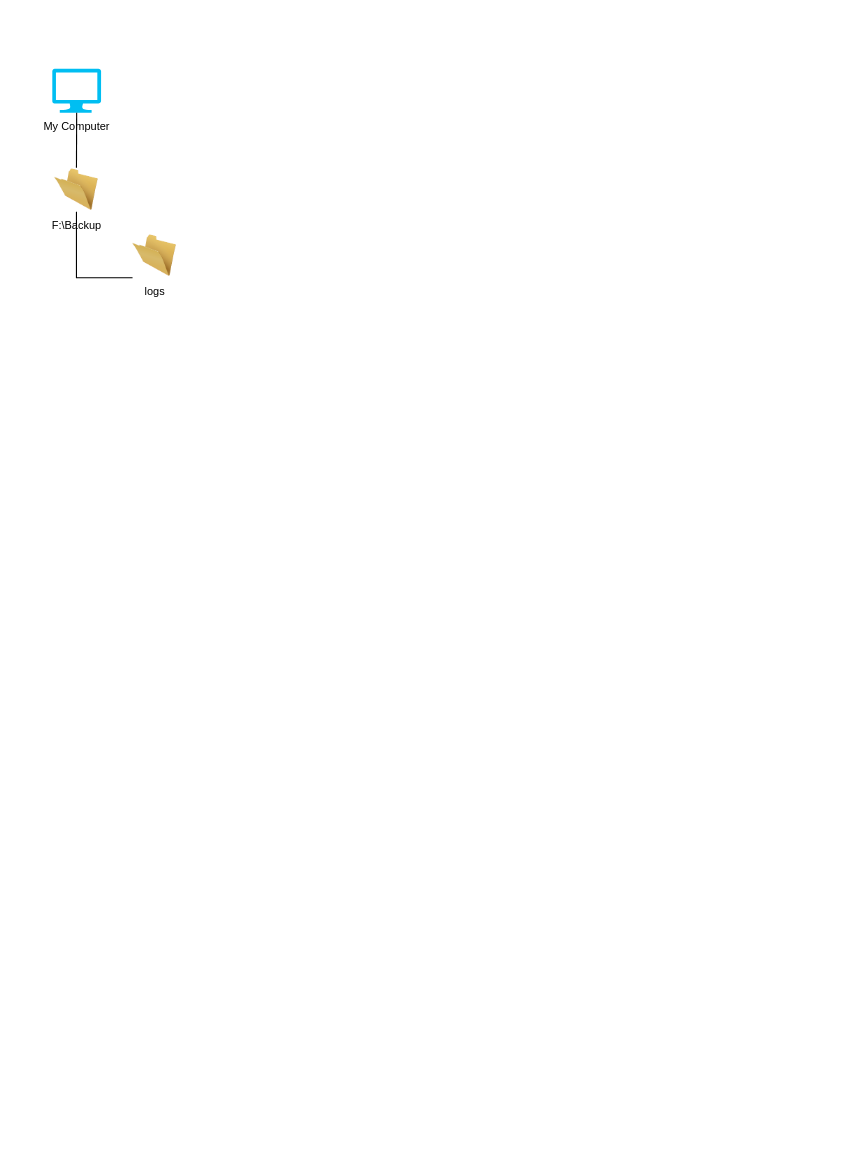
This is Backup Scheduller/Structure Directory.drawio from adour-zc21s/Supporting-Doc, a draw.io file, before an edit. Source tidied: cells renumbered, new cells numbered last; positions are measured from the earlier drawing's top-left corner, leaving out a move shared by most shapes. Both pictures are drawn from the tidied source at 110%, with x=0, y=0 at pixel (52, 68).
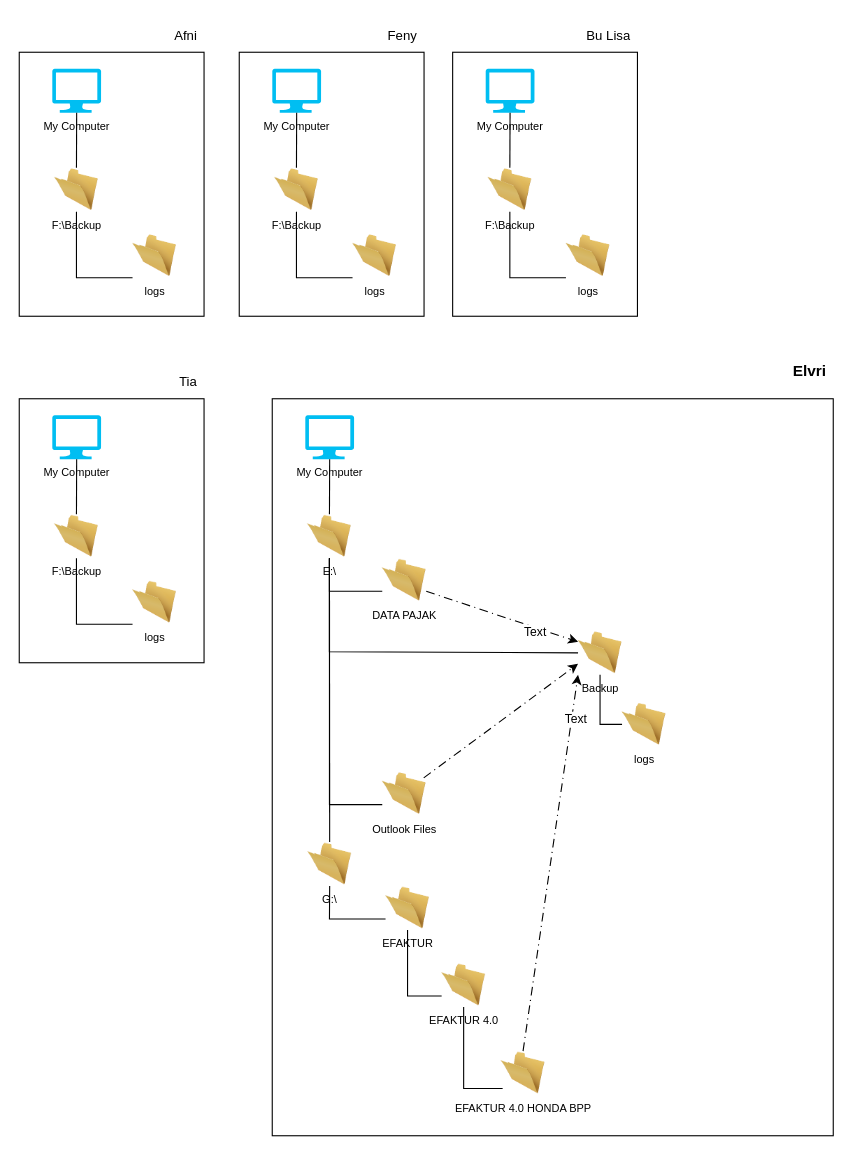
The same page after the edit.

Commit message (it also covers changes not shown here):
Directory and Infra

What changed in the source:
```diff
@@
+    <mxCell id="7" style="rounded=0;whiteSpace=wrap;html=1;fillColor=none;" parent="1" vertex="1">
+      <mxGeometry x="-30" y="-15" width="168" height="240" as="geometry" />
+    </mxCell>
+    <mxCell id="8" value="Afni" style="text;strokeColor=none;fillColor=none;align=right;verticalAlign=middle;spacingLeft=4;spacingRight=4;overflow=hidden;whiteSpace=wrap;html=1;" parent="1" vertex="1">
+      <mxGeometry x="58" y="-45" width="80" height="30" as="geometry" />
+    </mxCell>
+    <mxCell id="9" value="F:\Backup" style="image;html=1;image=img/lib/clip_art/general/Empty_Folder_128x128.png;fontSize=10;" parent="1" vertex="1">
+      <mxGeometry x="202" y="90" width="40" height="40" as="geometry" />
+    </mxCell>
+    <mxCell id="10" value="logs" style="image;html=1;image=img/lib/clip_art/general/Empty_Folder_128x128.png;fontSize=10;" parent="1" vertex="1">
+      <mxGeometry x="273" y="150" width="40" height="40" as="geometry" />
+    </mxCell>
+    <mxCell id="11" style="endArrow=none;html=1;rounded=0;entryX=0;entryY=1;entryDx=0;entryDy=0;exitX=0.5;exitY=1;exitDx=0;exitDy=0;" parent="1" edge="1" source="9" target="10">
+      <mxGeometry relative="1" as="geometry">
+        <Array as="points">
+          <mxPoint x="222" y="190" />
+        </Array>
+      </mxGeometry>
+    </mxCell>
+    <mxCell id="12" value="My Computer" style="verticalLabelPosition=bottom;html=1;verticalAlign=top;align=center;strokeColor=none;fillColor=#00BEF2;shape=mxgraph.azure.computer;fontSize=10;" parent="1" vertex="1">
+      <mxGeometry x="200" width="44.4" height="40" as="geometry" />
+    </mxCell>
+    <mxCell id="13" style="endArrow=none;html=1;rounded=0;exitX=0.5;exitY=1;exitDx=0;exitDy=0;exitPerimeter=0;entryX=0.5;entryY=0;entryDx=0;entryDy=0;" parent="1" edge="1" source="12" target="9">
+      <mxGeometry relative="1" as="geometry" />
+    </mxCell>
+    <mxCell id="14" style="rounded=0;whiteSpace=wrap;html=1;fillColor=none;" parent="1" vertex="1">
+      <mxGeometry x="170" y="-15" width="168" height="240" as="geometry" />
+    </mxCell>
+    <mxCell id="15" value="Feny" style="text;strokeColor=none;fillColor=none;align=right;verticalAlign=middle;spacingLeft=4;spacingRight=4;overflow=hidden;whiteSpace=wrap;html=1;" parent="1" vertex="1">
+      <mxGeometry x="258" y="-45" width="80" height="30" as="geometry" />
+    </mxCell>
+    <mxCell id="16" value="F:\Backup" style="image;html=1;image=img/lib/clip_art/general/Empty_Folder_128x128.png;fontSize=10;" parent="1" vertex="1">
+      <mxGeometry x="396" y="90" width="40" height="40" as="geometry" />
+    </mxCell>
+    <mxCell id="17" value="logs" style="image;html=1;image=img/lib/clip_art/general/Empty_Folder_128x128.png;fontSize=10;" parent="1" vertex="1">
+      <mxGeometry x="467" y="150" width="40" height="40" as="geometry" />
+    </mxCell>
+    <mxCell id="18" style="endArrow=none;html=1;rounded=0;entryX=0;entryY=1;entryDx=0;entryDy=0;exitX=0.5;exitY=1;exitDx=0;exitDy=0;" parent="1" edge="1" source="16" target="17">
+      <mxGeometry relative="1" as="geometry">
+        <Array as="points">
+          <mxPoint x="416" y="190" />
+        </Array>
+      </mxGeometry>
+    </mxCell>
+    <mxCell id="19" value="My Computer" style="verticalLabelPosition=bottom;html=1;verticalAlign=top;align=center;strokeColor=none;fillColor=#00BEF2;shape=mxgraph.azure.computer;fontSize=10;" parent="1" vertex="1">
+      <mxGeometry x="394" width="44.4" height="40" as="geometry" />
+    </mxCell>
+    <mxCell id="20" style="endArrow=none;html=1;rounded=0;exitX=0.5;exitY=1;exitDx=0;exitDy=0;exitPerimeter=0;entryX=0.5;entryY=0;entryDx=0;entryDy=0;" parent="1" edge="1" source="19" target="16">
+      <mxGeometry relative="1" as="geometry" />
+    </mxCell>
+    <mxCell id="21" style="rounded=0;whiteSpace=wrap;html=1;fillColor=none;" parent="1" vertex="1">
+      <mxGeometry x="364" y="-15" width="168" height="240" as="geometry" />
+    </mxCell>
+    <mxCell id="22" value="Bu Lisa" style="text;strokeColor=none;fillColor=none;align=right;verticalAlign=middle;spacingLeft=4;spacingRight=4;overflow=hidden;whiteSpace=wrap;html=1;" parent="1" vertex="1">
+      <mxGeometry x="452" y="-45" width="80" height="30" as="geometry" />
+    </mxCell>
+    <mxCell id="23" style="group;" parent="1" vertex="1">
+      <mxGeometry x="-30" y="270" width="168" height="270" as="geometry" />
+    </mxCell>
+    <mxCell id="24" value="F:\Backup" style="image;html=1;image=img/lib/clip_art/general/Empty_Folder_128x128.png;fontSize=10;" parent="23" vertex="1">
+      <mxGeometry x="32" y="135" width="40" height="40" as="geometry" />
+    </mxCell>
+    <mxCell id="25" value="logs" style="image;html=1;image=img/lib/clip_art/general/Empty_Folder_128x128.png;fontSize=10;" parent="23" vertex="1">
+      <mxGeometry x="103" y="195" width="40" height="40" as="geometry" />
+    </mxCell>
+    <mxCell id="26" style="endArrow=none;html=1;rounded=0;entryX=0;entryY=1;entryDx=0;entryDy=0;exitX=0.5;exitY=1;exitDx=0;exitDy=0;" parent="23" edge="1" source="24" target="25">
+      <mxGeometry relative="1" as="geometry">
+        <Array as="points">
+          <mxPoint x="52" y="235" />
+        </Array>
+      </mxGeometry>
+    </mxCell>
+    <mxCell id="27" value="My Computer" style="verticalLabelPosition=bottom;html=1;verticalAlign=top;align=center;strokeColor=none;fillColor=#00BEF2;shape=mxgraph.azure.computer;fontSize=10;" parent="23" vertex="1">
+      <mxGeometry x="30" y="45" width="44.4" height="40" as="geometry" />
+    </mxCell>
+    <mxCell id="28" style="endArrow=none;html=1;rounded=0;exitX=0.5;exitY=1;exitDx=0;exitDy=0;exitPerimeter=0;entryX=0.5;entryY=0;entryDx=0;entryDy=0;" parent="23" edge="1" source="27" target="24">
+      <mxGeometry relative="1" as="geometry" />
+    </mxCell>
+    <mxCell id="29" style="rounded=0;whiteSpace=wrap;html=1;fillColor=none;" parent="23" vertex="1">
+      <mxGeometry y="30" width="168" height="240" as="geometry" />
+    </mxCell>
+    <mxCell id="30" value="Tia" style="text;strokeColor=none;fillColor=none;align=right;verticalAlign=middle;spacingLeft=4;spacingRight=4;overflow=hidden;whiteSpace=wrap;html=1;" parent="23" vertex="1">
+      <mxGeometry x="88" width="80" height="30" as="geometry" />
+    </mxCell>
+    <mxCell id="31" style="group;" parent="1" vertex="1">
+      <mxGeometry x="200" y="260" width="510" height="710" as="geometry" />
+    </mxCell>
+    <mxCell id="32" style="group;" parent="31" vertex="1">
+      <mxGeometry y="10" width="510" height="700" as="geometry" />
+    </mxCell>
+    <mxCell id="33" style="rounded=0;whiteSpace=wrap;html=1;fillColor=none;" parent="32" vertex="1">
+      <mxGeometry y="30" width="510" height="670" as="geometry" />
+    </mxCell>
+    <mxCell id="34" value="E:\" style="image;html=1;image=img/lib/clip_art/general/Empty_Folder_128x128.png;fontSize=10;" parent="32" vertex="1">
+      <mxGeometry x="32" y="135" width="40" height="40" as="geometry" />
+    </mxCell>
+    <mxCell id="35" value="logs" style="image;html=1;image=img/lib/clip_art/general/Empty_Folder_128x128.png;fontSize=10;" parent="32" vertex="1">
+      <mxGeometry x="318" y="306" width="40" height="40" as="geometry" />
+    </mxCell>
+    <mxCell id="36" value="My Computer" style="verticalLabelPosition=bottom;html=1;verticalAlign=top;align=center;strokeColor=none;fillColor=#00BEF2;shape=mxgraph.azure.computer;fontSize=10;" parent="32" vertex="1">
+      <mxGeometry x="30" y="45" width="44.4" height="40" as="geometry" />
+    </mxCell>
+    <mxCell id="37" style="endArrow=none;html=1;rounded=0;exitX=0.5;exitY=1;exitDx=0;exitDy=0;exitPerimeter=0;entryX=0.5;entryY=0;entryDx=0;entryDy=0;" parent="32" edge="1" source="36" target="34">
+      <mxGeometry relative="1" as="geometry" />
+    </mxCell>
+    <mxCell id="38" value="G:\" style="image;html=1;image=img/lib/clip_art/general/Empty_Folder_128x128.png;fontSize=10;" parent="32" vertex="1">
+      <mxGeometry x="32.2" y="433" width="40" height="40" as="geometry" />
+    </mxCell>
+    <mxCell id="39" value="EFAKTUR" style="image;html=1;image=img/lib/clip_art/general/Empty_Folder_128x128.png;fontSize=10;" parent="32" vertex="1">
+      <mxGeometry x="103" y="473" width="40" height="40" as="geometry" />
+    </mxCell>
+    <mxCell id="40" value="EFAKTUR 4.0" style="image;html=1;image=img/lib/clip_art/general/Empty_Folder_128x128.png;fontSize=10;" parent="32" vertex="1">
+      <mxGeometry x="154" y="543" width="40" height="40" as="geometry" />
+    </mxCell>
+    <mxCell id="41" value="EFAKTUR 4.0 HONDA BPP" style="image;html=1;image=img/lib/clip_art/general/Empty_Folder_128x128.png;fontSize=10;" parent="32" vertex="1">
+      <mxGeometry x="208" y="623" width="40" height="40" as="geometry" />
+    </mxCell>
+    <mxCell id="42" value="Backup" style="image;html=1;image=img/lib/clip_art/general/Empty_Folder_128x128.png;fontSize=10;" parent="32" vertex="1">
+      <mxGeometry x="278" y="241" width="40" height="40" as="geometry" />
+    </mxCell>
+    <mxCell id="43" value="DATA PAJAK" style="image;html=1;image=img/lib/clip_art/general/Empty_Folder_128x128.png;fontSize=10;" parent="32" vertex="1">
+      <mxGeometry x="100" y="175" width="40" height="40" as="geometry" />
+    </mxCell>
+    <mxCell id="44" value="Outlook Files" style="image;html=1;image=img/lib/clip_art/general/Empty_Folder_128x128.png;fontSize=10;" parent="32" vertex="1">
+      <mxGeometry x="100" y="369" width="40" height="40" as="geometry" />
+    </mxCell>
+    <mxCell id="45" style="endArrow=none;html=1;rounded=0;exitX=0.5;exitY=0;exitDx=0;exitDy=0;entryX=0.5;entryY=1;entryDx=0;entryDy=0;" parent="32" edge="1" source="38" target="34">
+      <mxGeometry relative="1" as="geometry" />
+    </mxCell>
+    <mxCell id="46" style="endArrow=none;html=1;rounded=0;entryX=0;entryY=0.75;entryDx=0;entryDy=0;exitX=0.5;exitY=1;exitDx=0;exitDy=0;" parent="32" edge="1" source="34" target="43">
+      <mxGeometry relative="1" as="geometry">
+        <Array as="points">
+          <mxPoint x="52" y="205" />
+        </Array>
+      </mxGeometry>
+    </mxCell>
+    <mxCell id="47" style="endArrow=none;html=1;rounded=0;entryX=0;entryY=0.5;entryDx=0;entryDy=0;exitX=0.5;exitY=1;exitDx=0;exitDy=0;" parent="32" edge="1" source="34" target="42">
+      <mxGeometry relative="1" as="geometry">
+        <Array as="points">
+          <mxPoint x="52" y="260" />
+        </Array>
+      </mxGeometry>
+    </mxCell>
+    <mxCell id="48" style="endArrow=none;html=1;rounded=0;entryX=0;entryY=0.75;entryDx=0;entryDy=0;exitX=0.5;exitY=1;exitDx=0;exitDy=0;" parent="32" edge="1" source="34" target="44">
+      <mxGeometry relative="1" as="geometry">
+        <Array as="points">
+          <mxPoint x="52" y="399" />
+        </Array>
+      </mxGeometry>
+    </mxCell>
+    <mxCell id="49" style="endArrow=none;html=1;rounded=0;exitX=0.5;exitY=1;exitDx=0;exitDy=0;entryX=0;entryY=0.75;entryDx=0;entryDy=0;" parent="32" edge="1" source="38" target="39">
+      <mxGeometry relative="1" as="geometry">
+        <Array as="points">
+          <mxPoint x="52" y="503" />
+        </Array>
+      </mxGeometry>
+    </mxCell>
+    <mxCell id="50" style="endArrow=none;html=1;rounded=0;exitX=0;exitY=0.75;exitDx=0;exitDy=0;entryX=0.5;entryY=1;entryDx=0;entryDy=0;" parent="32" edge="1" source="40" target="39">
+      <mxGeometry relative="1" as="geometry">
+        <Array as="points">
+          <mxPoint x="123" y="573" />
+        </Array>
+      </mxGeometry>
+    </mxCell>
+    <mxCell id="51" style="endArrow=none;html=1;rounded=0;exitX=0.036;exitY=0.85;exitDx=0;exitDy=0;exitPerimeter=0;entryX=0.5;entryY=1;entryDx=0;entryDy=0;" parent="32" edge="1" source="41" target="40">
+      <mxGeometry relative="1" as="geometry">
+        <Array as="points">
+          <mxPoint x="174" y="657" />
+        </Array>
+      </mxGeometry>
+    </mxCell>
+    <mxCell id="52" style="endArrow=none;html=1;rounded=0;exitX=0.5;exitY=1;exitDx=0;exitDy=0;entryX=0;entryY=0.5;entryDx=0;entryDy=0;" parent="32" edge="1" source="42" target="35">
+      <mxGeometry relative="1" as="geometry">
+        <Array as="points">
+          <mxPoint x="298" y="326" />
+        </Array>
+      </mxGeometry>
+    </mxCell>
+    <mxCell id="53" style="endArrow=classic;html=1;rounded=0;entryX=0;entryY=0.25;entryDx=0;entryDy=0;exitX=1;exitY=0.75;exitDx=0;exitDy=0;strokeColor=light-dark(#000000,#6666FF);dashed=1;dashPattern=8 4 1 4;" parent="32" edge="1" source="43" target="42">
+      <mxGeometry relative="1" as="geometry" />
+    </mxCell>
+    <mxCell id="54" value="Text" style="edgeLabel;html=1;align=center;verticalAlign=middle;" parent="53" vertex="1">
+      <mxGeometry x="0.45" y="-3" relative="1" as="geometry" />
+    </mxCell>
+    <mxCell id="55" style="endArrow=classic;html=1;rounded=0;entryX=0;entryY=0.75;entryDx=0;entryDy=0;exitX=0.942;exitY=0.142;exitDx=0;exitDy=0;exitPerimeter=0;strokeColor=light-dark(#000000,#6666FF);dashed=1;dashPattern=8 4 1 4;" parent="32" edge="1" source="44" target="42">
+      <mxGeometry relative="1" as="geometry" />
+    </mxCell>
+    <mxCell id="56" style="endArrow=classic;html=1;rounded=0;entryX=0;entryY=1;entryDx=0;entryDy=0;exitX=0.5;exitY=0;exitDx=0;exitDy=0;strokeColor=light-dark(#000000,#6666FF);dashed=1;dashPattern=8 4 1 4;" parent="32" edge="1" source="41" target="42">
+      <mxGeometry relative="1" as="geometry" />
+    </mxCell>
+    <mxCell id="57" value="Text" style="edgeLabel;html=1;align=center;verticalAlign=middle;" parent="56" vertex="1">
+      <mxGeometry x="0.77" y="-4" relative="1" as="geometry">
+        <mxPoint x="-1" as="offset" />
+      </mxGeometry>
+    </mxCell>
+    <mxCell id="58" value="Elvri" style="text;strokeColor=none;fillColor=none;align=right;verticalAlign=middle;spacingLeft=4;spacingRight=4;overflow=hidden;whiteSpace=wrap;html=1;fontSize=14;fontStyle=1;" parent="31" vertex="1">
+      <mxGeometry x="430" width="80" height="30" as="geometry" />
+    </mxCell>
```
